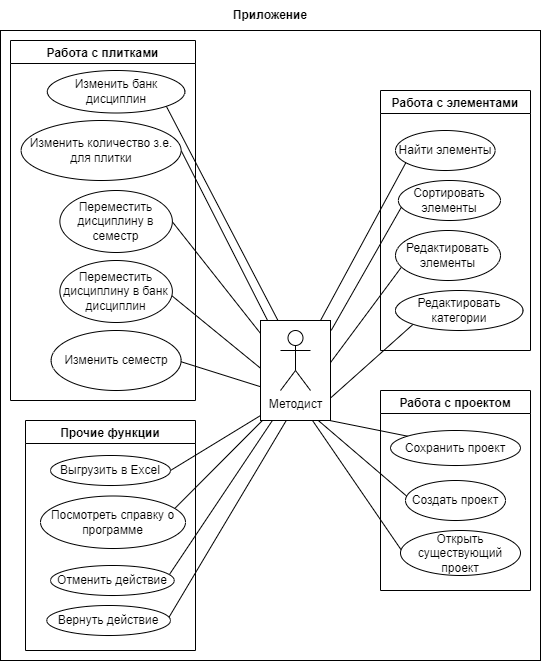
The draw.io diagram Use_case_packages.drawio.png in iCosmos76/Curriculum-Designer, before a commit. Source tidied: cells renumbered, new cells last; positions are measured from the earlier drawing's top-left corner, leaving out a move shared by most shapes. The source it was exported from:
```xml
<mxGraphModel>
  <root>
    <mxCell id="0" />
    <mxCell id="1" parent="0" />
    <mxCell id="2" style="rounded=0;whiteSpace=wrap;html=1;fillColor=none;" parent="1" vertex="1">
      <mxGeometry y="30" width="540" height="630" as="geometry" />
    </mxCell>
    <mxCell id="3" style="rounded=0;whiteSpace=wrap;html=1;fillColor=none;" parent="1" vertex="1">
      <mxGeometry x="260" y="320" width="70" height="100" as="geometry" />
    </mxCell>
    <mxCell id="4" value="Методист" style="shape=umlActor;verticalLabelPosition=bottom;verticalAlign=top;html=1;" parent="1" vertex="1">
      <mxGeometry x="280" y="330" width="30" height="60" as="geometry" />
    </mxCell>
    <mxCell id="5" style="endArrow=none;html=1;rounded=0;entryX=0.01;entryY=0.387;entryDx=0;entryDy=0;entryPerimeter=0;exitX=0.826;exitY=1;exitDx=0;exitDy=0;exitPerimeter=0;" parent="1" edge="1" source="3" target="26">
      <mxGeometry relative="1" as="geometry" />
    </mxCell>
    <mxCell id="6" style="endArrow=none;html=1;rounded=0;entryX=0.014;entryY=0.463;entryDx=0;entryDy=0;entryPerimeter=0;exitX=0.741;exitY=0.998;exitDx=0;exitDy=0;exitPerimeter=0;" parent="1" edge="1" source="3" target="27">
      <mxGeometry relative="1" as="geometry" />
    </mxCell>
    <mxCell id="7" style="endArrow=none;html=1;rounded=0;exitX=1.004;exitY=0.417;exitDx=0;exitDy=0;exitPerimeter=0;entryX=0.055;entryY=0.737;entryDx=0;entryDy=0;entryPerimeter=0;" parent="1" edge="1" source="3" target="39">
      <mxGeometry relative="1" as="geometry" />
    </mxCell>
    <mxCell id="8" style="endArrow=none;html=1;rounded=0;entryX=0.138;entryY=0.167;entryDx=0;entryDy=0;entryPerimeter=0;exitX=0.994;exitY=1.001;exitDx=0;exitDy=0;exitPerimeter=0;" parent="1" edge="1" source="3" target="28">
      <mxGeometry relative="1" as="geometry" />
    </mxCell>
    <mxCell id="9" style="endArrow=none;html=1;rounded=0;entryX=0.998;entryY=0.504;entryDx=0;entryDy=0;entryPerimeter=0;exitX=-0.001;exitY=0.951;exitDx=0;exitDy=0;exitPerimeter=0;" parent="1" edge="1" source="3" target="16">
      <mxGeometry relative="1" as="geometry" />
    </mxCell>
    <mxCell id="10" style="endArrow=none;html=1;rounded=0;exitX=0.962;exitY=0.294;exitDx=0;exitDy=0;exitPerimeter=0;entryX=0.169;entryY=1.001;entryDx=0;entryDy=0;entryPerimeter=0;" parent="1" edge="1" source="17" target="3">
      <mxGeometry relative="1" as="geometry" />
    </mxCell>
    <mxCell id="11" style="endArrow=none;html=1;rounded=0;exitX=0.988;exitY=0.39;exitDx=0;exitDy=0;exitPerimeter=0;entryX=0.368;entryY=1;entryDx=0;entryDy=0;entryPerimeter=0;" parent="1" edge="1" source="18" target="3">
      <mxGeometry relative="1" as="geometry" />
    </mxCell>
    <mxCell id="12" style="endArrow=none;html=1;rounded=0;entryX=0.927;entryY=0.235;entryDx=0;entryDy=0;entryPerimeter=0;exitX=0.03;exitY=0.998;exitDx=0;exitDy=0;exitPerimeter=0;" parent="1" edge="1" source="3" target="19">
      <mxGeometry relative="1" as="geometry" />
    </mxCell>
    <mxCell id="13" style="endArrow=none;html=1;rounded=0;entryX=0.136;entryY=0.851;entryDx=0;entryDy=0;entryPerimeter=0;exitX=0.999;exitY=0.776;exitDx=0;exitDy=0;exitPerimeter=0;" parent="1" edge="1" source="3" target="38">
      <mxGeometry relative="1" as="geometry" />
    </mxCell>
    <mxCell id="14" value="Прочие функции" style="swimlane;" parent="1" vertex="1">
      <mxGeometry x="25" y="420" width="170" height="230" as="geometry" />
    </mxCell>
    <mxCell id="15" style="edgeStyle=orthogonalEdgeStyle;rounded=0;orthogonalLoop=1;jettySize=auto;html=1;exitX=0.5;exitY=1;exitDx=0;exitDy=0;labelBorderColor=none;endArrow=block;endFill=0;" parent="14" edge="1">
      <mxGeometry relative="1" as="geometry">
        <mxPoint x="35" y="46.8" as="sourcePoint" />
        <mxPoint x="35" y="46.8" as="targetPoint" />
      </mxGeometry>
    </mxCell>
    <mxCell id="16" value="Выгрузить в Excel" style="ellipse;whiteSpace=wrap;html=1;" parent="14" vertex="1">
      <mxGeometry x="25" y="35" width="120" height="30" as="geometry" />
    </mxCell>
    <mxCell id="17" value="Отменить действие" style="ellipse;whiteSpace=wrap;html=1;" parent="14" vertex="1">
      <mxGeometry x="25" y="145" width="123.8" height="30" as="geometry" />
    </mxCell>
    <mxCell id="18" value="Вернуть действие" style="ellipse;whiteSpace=wrap;html=1;" parent="14" vertex="1">
      <mxGeometry x="21.2" y="185" width="123.8" height="30" as="geometry" />
    </mxCell>
    <mxCell id="19" value="Посмотреть справку о программе" style="ellipse;whiteSpace=wrap;html=1;" parent="14" vertex="1">
      <mxGeometry x="15" y="75.5" width="145" height="52.5" as="geometry" />
    </mxCell>
    <mxCell id="20" style="endArrow=none;html=1;rounded=0;exitX=1;exitY=0.5;exitDx=0;exitDy=0;entryX=0.102;entryY=0.001;entryDx=0;entryDy=0;entryPerimeter=0;" parent="1" edge="1" source="33" target="3">
      <mxGeometry relative="1" as="geometry" />
    </mxCell>
    <mxCell id="21" style="endArrow=none;html=1;rounded=0;entryX=0.997;entryY=0.498;entryDx=0;entryDy=0;entryPerimeter=0;exitX=0.001;exitY=0.13;exitDx=0;exitDy=0;exitPerimeter=0;" parent="1" edge="1" source="3" target="35">
      <mxGeometry relative="1" as="geometry" />
    </mxCell>
    <mxCell id="22" style="endArrow=none;html=1;rounded=0;entryX=0.863;entryY=0.828;entryDx=0;entryDy=0;entryPerimeter=0;exitX=0.248;exitY=-0.002;exitDx=0;exitDy=0;exitPerimeter=0;" parent="1" edge="1" source="3" target="32">
      <mxGeometry relative="1" as="geometry" />
    </mxCell>
    <mxCell id="23" style="endArrow=none;html=1;rounded=0;entryX=0.997;entryY=0.519;entryDx=0;entryDy=0;entryPerimeter=0;exitX=-0.001;exitY=0.662;exitDx=0;exitDy=0;exitPerimeter=0;" parent="1" edge="1" source="3" target="34">
      <mxGeometry relative="1" as="geometry" />
    </mxCell>
    <mxCell id="24" style="endArrow=none;html=1;rounded=0;entryX=0.996;entryY=0.569;entryDx=0;entryDy=0;entryPerimeter=0;exitX=0;exitY=0.477;exitDx=0;exitDy=0;exitPerimeter=0;" parent="1" edge="1" source="3" target="36">
      <mxGeometry relative="1" as="geometry" />
    </mxCell>
    <mxCell id="25" value="Работа с проектом" style="swimlane;" parent="1" vertex="1">
      <mxGeometry x="380" y="390" width="150" height="200" as="geometry" />
    </mxCell>
    <mxCell id="26" value="Создать проект" style="ellipse;whiteSpace=wrap;html=1;" parent="25" vertex="1">
      <mxGeometry x="25" y="90" width="100" height="40" as="geometry" />
    </mxCell>
    <mxCell id="27" value="Открыть существующий проект" style="ellipse;whiteSpace=wrap;html=1;" parent="25" vertex="1">
      <mxGeometry x="20" y="140" width="120" height="45" as="geometry" />
    </mxCell>
    <mxCell id="28" value="Сохранить проект" style="ellipse;whiteSpace=wrap;html=1;" parent="25" vertex="1">
      <mxGeometry x="10" y="40" width="130" height="35" as="geometry" />
    </mxCell>
    <mxCell id="29" style="endArrow=none;html=1;rounded=0;" parent="1" edge="1">
      <mxGeometry relative="1" as="geometry">
        <mxPoint x="310" y="350" as="sourcePoint" />
        <mxPoint x="310" y="350" as="targetPoint" />
      </mxGeometry>
    </mxCell>
    <mxCell id="30" value="&lt;b&gt;Приложение&lt;/b&gt;" style="text;html=1;strokeColor=none;fillColor=none;align=center;verticalAlign=middle;whiteSpace=wrap;rounded=0;" parent="1" vertex="1">
      <mxGeometry x="240" width="60" height="30" as="geometry" />
    </mxCell>
    <mxCell id="31" value="Работа с плитками" style="swimlane;" parent="1" vertex="1">
      <mxGeometry x="10" y="40" width="185" height="360" as="geometry" />
    </mxCell>
    <mxCell id="32" value="Изменить банк дисциплин" style="ellipse;whiteSpace=wrap;html=1;" parent="31" vertex="1">
      <mxGeometry x="36.9" y="30" width="137.5" height="42.5" as="geometry" />
    </mxCell>
    <mxCell id="33" value="Изменить количество з.е. для плитки" style="ellipse;whiteSpace=wrap;html=1;" parent="31" vertex="1">
      <mxGeometry x="10.6" y="80" width="160" height="60" as="geometry" />
    </mxCell>
    <mxCell id="34" value="Изменить семестр" style="ellipse;whiteSpace=wrap;html=1;" parent="31" vertex="1">
      <mxGeometry x="40.6" y="290" width="130" height="60" as="geometry" />
    </mxCell>
    <mxCell id="35" value="Переместить дисциплину в семестр" style="ellipse;whiteSpace=wrap;html=1;" parent="31" vertex="1">
      <mxGeometry x="49.4" y="150" width="112.5" height="62" as="geometry" />
    </mxCell>
    <mxCell id="36" value="Переместить дисциплину в банк дисциплин" style="ellipse;whiteSpace=wrap;html=1;" parent="31" vertex="1">
      <mxGeometry x="49.4" y="220" width="112.5" height="62" as="geometry" />
    </mxCell>
    <mxCell id="37" value="Работа с элементами" style="swimlane;" parent="1" vertex="1">
      <mxGeometry x="380" y="90" width="150" height="260" as="geometry" />
    </mxCell>
    <mxCell id="38" value="Редактировать категории" style="ellipse;whiteSpace=wrap;html=1;" parent="37" vertex="1">
      <mxGeometry x="15" y="200" width="127.5" height="40" as="geometry" />
    </mxCell>
    <mxCell id="39" value="Редактировать элементы" style="ellipse;whiteSpace=wrap;html=1;" parent="37" vertex="1">
      <mxGeometry x="15" y="140" width="105" height="50" as="geometry" />
    </mxCell>
    <mxCell id="40" value="Сортировать элементы" style="ellipse;whiteSpace=wrap;html=1;" parent="37" vertex="1">
      <mxGeometry x="17.9" y="90" width="102.1" height="40" as="geometry" />
    </mxCell>
    <mxCell id="41" value="Найти элементы" style="ellipse;whiteSpace=wrap;html=1;" parent="37" vertex="1">
      <mxGeometry x="15" y="40" width="99.6" height="40" as="geometry" />
    </mxCell>
    <mxCell id="42" style="endArrow=none;html=1;rounded=0;exitX=1.011;exitY=0.098;exitDx=0;exitDy=0;exitPerimeter=0;entryX=0.03;entryY=0.664;entryDx=0;entryDy=0;entryPerimeter=0;" parent="1" edge="1" source="3" target="40">
      <mxGeometry relative="1" as="geometry" />
    </mxCell>
    <mxCell id="43" style="endArrow=none;html=1;rounded=0;entryX=0.104;entryY=0.804;entryDx=0;entryDy=0;entryPerimeter=0;" parent="1" edge="1" target="41">
      <mxGeometry relative="1" as="geometry">
        <mxPoint x="320" y="320" as="sourcePoint" />
      </mxGeometry>
    </mxCell>
  </root>
</mxGraphModel>
```
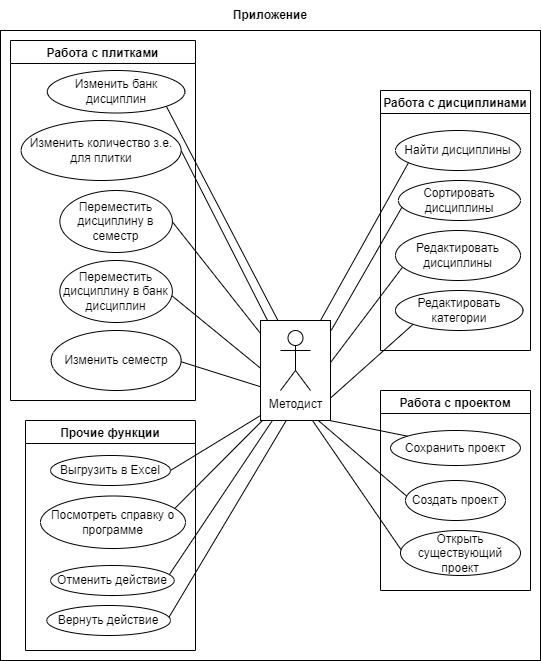
After the change.

The edit, as a diff of the source:
```diff
@@ -113,20 +113,20 @@
     <mxCell id="36" value="Переместить дисциплину в банк дисциплин" style="ellipse;whiteSpace=wrap;html=1;" parent="31" vertex="1">
       <mxGeometry x="49.4" y="220" width="112.5" height="62" as="geometry" />
     </mxCell>
-    <mxCell id="37" value="Работа с элементами" style="swimlane;" parent="1" vertex="1">
+    <mxCell id="37" value="Работа с дисциплинами" style="swimlane;startSize=23;" parent="1" vertex="1">
       <mxGeometry x="380" y="90" width="150" height="260" as="geometry" />
     </mxCell>
     <mxCell id="38" value="Редактировать категории" style="ellipse;whiteSpace=wrap;html=1;" parent="37" vertex="1">
       <mxGeometry x="15" y="200" width="127.5" height="40" as="geometry" />
     </mxCell>
-    <mxCell id="39" value="Редактировать элементы" style="ellipse;whiteSpace=wrap;html=1;" parent="37" vertex="1">
-      <mxGeometry x="15" y="140" width="105" height="50" as="geometry" />
+    <mxCell id="39" value="Редактировать дисциплины" style="ellipse;whiteSpace=wrap;html=1;" parent="37" vertex="1">
+      <mxGeometry x="15" y="140" width="125" height="50" as="geometry" />
     </mxCell>
-    <mxCell id="40" value="Сортировать элементы" style="ellipse;whiteSpace=wrap;html=1;" parent="37" vertex="1">
-      <mxGeometry x="17.9" y="90" width="102.1" height="40" as="geometry" />
+    <mxCell id="40" value="Сортировать дисциплины" style="ellipse;whiteSpace=wrap;html=1;" parent="37" vertex="1">
+      <mxGeometry x="17.9" y="90" width="122.1" height="40" as="geometry" />
     </mxCell>
-    <mxCell id="41" value="Найти элементы" style="ellipse;whiteSpace=wrap;html=1;" parent="37" vertex="1">
-      <mxGeometry x="15" y="40" width="99.6" height="40" as="geometry" />
+    <mxCell id="41" value="Найти дисциплины" style="ellipse;whiteSpace=wrap;html=1;" parent="37" vertex="1">
+      <mxGeometry x="15" y="40" width="125" height="40" as="geometry" />
     </mxCell>
     <mxCell id="42" style="endArrow=none;html=1;rounded=0;exitX=1.011;exitY=0.098;exitDx=0;exitDy=0;exitPerimeter=0;entryX=0.03;entryY=0.664;entryDx=0;entryDy=0;entryPerimeter=0;" parent="1" edge="1" source="3" target="40">
       <mxGeometry relative="1" as="geometry" />
```
